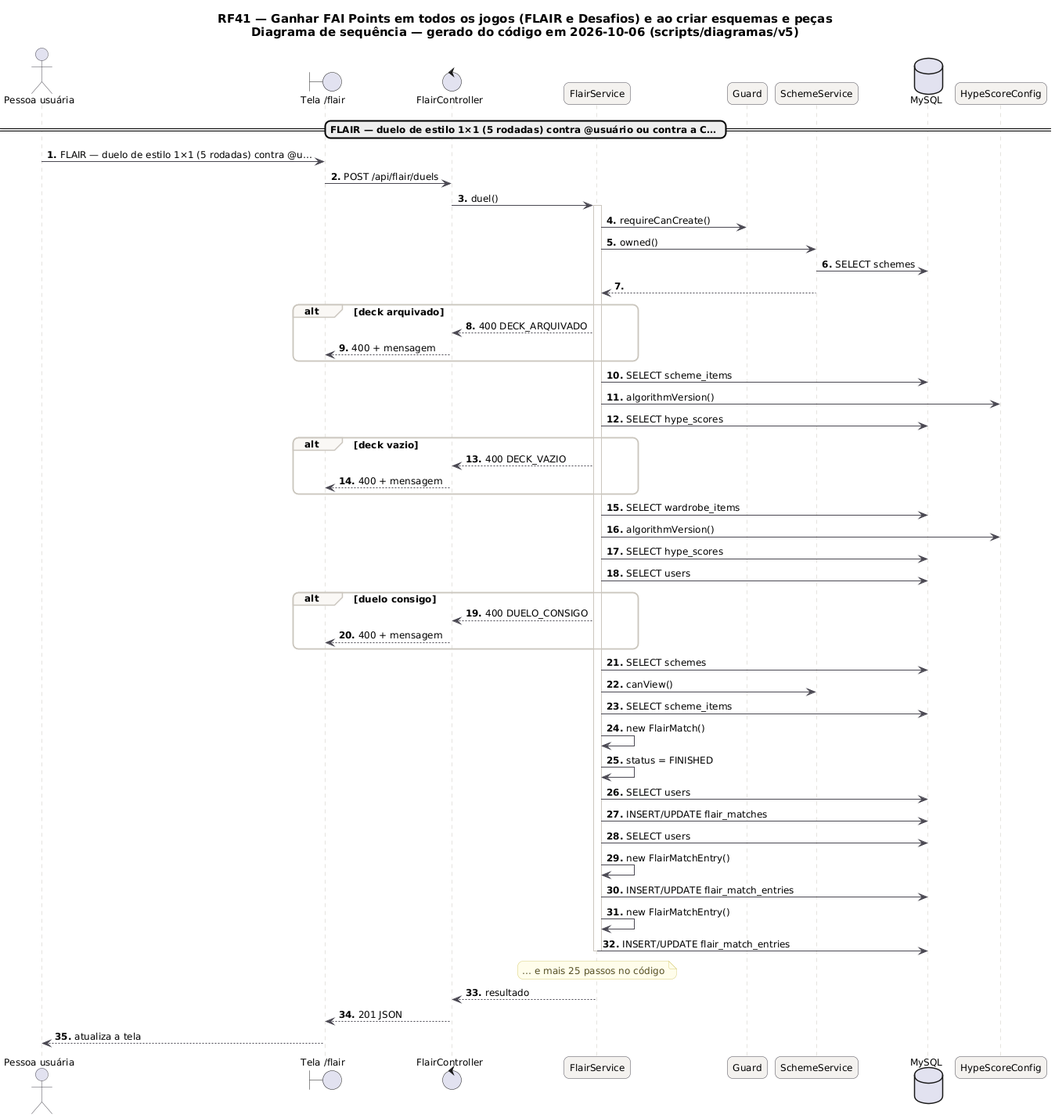
MatheusHaliski/tcc-2026-fashion-ai-backend keeps this PlantUML diagram as docs/diagramas/RF41/RF41_Sequencia.png. Above is the earlier version. The source it was exported from:
```plantuml
@startuml RF41_Sequencia
skinparam backgroundColor #FFFFFF
skinparam shadowing false
skinparam defaultFontName "DejaVu Sans"
skinparam defaultFontSize 12
skinparam titleFontSize 15
skinparam roundcorner 14
skinparam ArrowColor #52606D
skinparam note {
  BackgroundColor #FFFDEB
  BorderColor #D8CE78
  FontColor #554F24
}
skinparam sequence {
  ArrowColor #4A4852
  LifeLineBorderColor #CBC6BE
  ParticipantBackgroundColor #F4F2EF
  ParticipantBorderColor #4A4852
  ActorBorderColor #4A4852
  GroupBorderColor #CBC6BE
  GroupBackgroundColor #FAF8F5
}
autonumber "<b>0."
title RF41 — Ganhar FAI Points em todos os jogos (FLAIR e Desafios) e ao criar esquemas e peças\nDiagrama de sequência — gerado do código em 2026-10-06 (scripts/diagramas/v5)

actor "Pessoa usuária" as U
boundary "Tela /flair" as P
control "FlairController" as FlairController
participant "FlairService" as FlairService
participant "Guard" as Guard
participant "SchemeService" as SchemeService
database "MySQL" as DB_MySQL
participant "HypeScoreConfig" as HypeScoreConfig
== FLAIR — duelo de estilo 1×1 (5 rodadas) contra @usuário ou contra a C… ==
U -> P : FLAIR — duelo de estilo 1×1 (5 rodadas) contra @u…
P -> FlairController : POST /api/flair/duels
FlairController -> FlairService : duel()
activate FlairService
FlairService -> Guard : requireCanCreate()
FlairService -> SchemeService : owned()
SchemeService -> DB_MySQL : SELECT schemes
SchemeService --> FlairService
alt deck arquivado
FlairService --> FlairController : 400 DECK_ARQUIVADO
FlairController --> P : 400 + mensagem
end
FlairService -> DB_MySQL : SELECT scheme_items
FlairService -> HypeScoreConfig : algorithmVersion()
FlairService -> DB_MySQL : SELECT hype_scores
alt deck vazio
FlairService --> FlairController : 400 DECK_VAZIO
FlairController --> P : 400 + mensagem
end
FlairService -> DB_MySQL : SELECT wardrobe_items
FlairService -> HypeScoreConfig : algorithmVersion()
FlairService -> DB_MySQL : SELECT hype_scores
FlairService -> DB_MySQL : SELECT users
alt duelo consigo
FlairService --> FlairController : 400 DUELO_CONSIGO
FlairController --> P : 400 + mensagem
end
FlairService -> DB_MySQL : SELECT schemes
FlairService -> SchemeService : canView()
FlairService -> DB_MySQL : SELECT scheme_items
FlairService -> FlairService : new FlairMatch()
FlairService -> FlairService : status = FINISHED
FlairService -> DB_MySQL : SELECT users
FlairService -> DB_MySQL : INSERT/UPDATE flair_matches
FlairService -> DB_MySQL : SELECT users
FlairService -> FlairService : new FlairMatchEntry()
FlairService -> DB_MySQL : INSERT/UPDATE flair_match_entries
FlairService -> FlairService : new FlairMatchEntry()
FlairService -> DB_MySQL : INSERT/UPDATE flair_match_entries
note over FlairService : … e mais 25 passos no código
deactivate FlairService
FlairService --> FlairController : resultado
FlairController --> P : 201 JSON
P --> U : atualiza a tela
@enduml
```
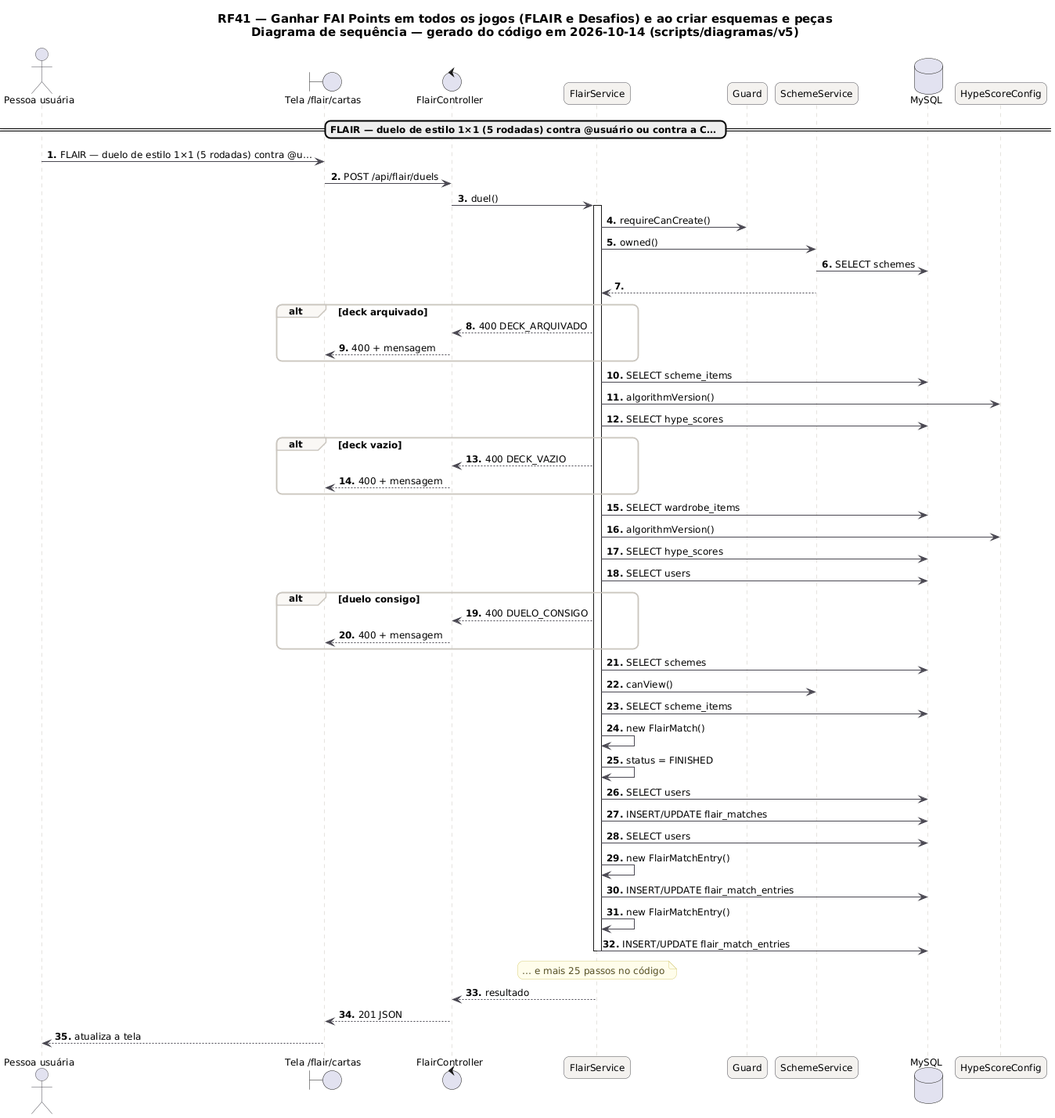
After the commit.

Diff of the diagram source:
```diff
@@ -21,10 +21,10 @@
   GroupBackgroundColor #FAF8F5
 }
 autonumber "<b>0."
-title RF41 — Ganhar FAI Points em todos os jogos (FLAIR e Desafios) e ao criar esquemas e peças\nDiagrama de sequência — gerado do código em 2026-10-06 (scripts/diagramas/v5)
+title RF41 — Ganhar FAI Points em todos os jogos (FLAIR e Desafios) e ao criar esquemas e peças\nDiagrama de sequência — gerado do código em 2026-10-14 (scripts/diagramas/v5)
 
 actor "Pessoa usuária" as U
-boundary "Tela /flair" as P
+boundary "Tela /flair/cartas" as P
 control "FlairController" as FlairController
 participant "FlairService" as FlairService
 participant "Guard" as Guard
```
